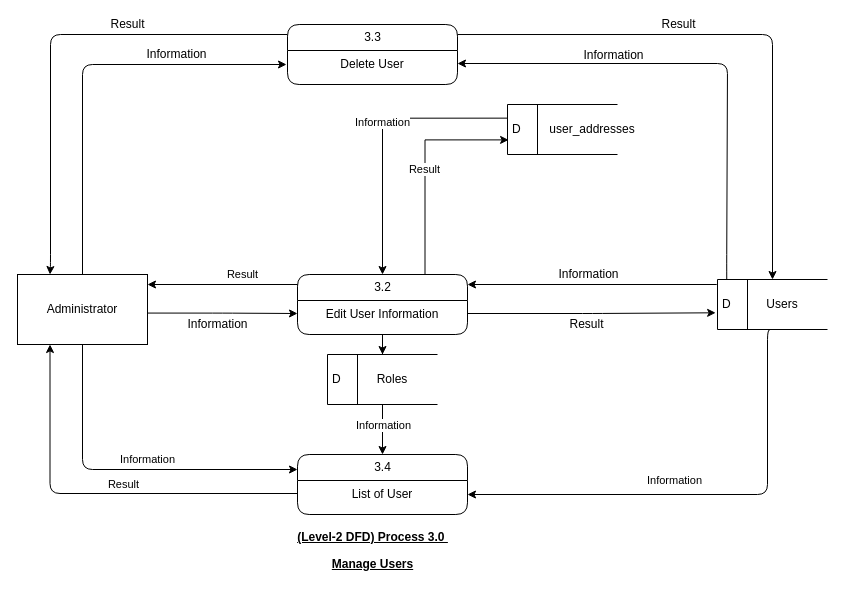
vanluong94/aptech-doccure keeps this draw.io diagram as page "3.0" (3 of 7) of resources/dfd/Admin/DFD-Admin.drawio. Above is the earlier version. Source tidied: cells renumbered, new cells numbered last; positions are measured from the earlier drawing's top-left corner, leaving out a move shared by most shapes. Both pictures are drawn from the tidied source at 100%, with x=0, y=0 at pixel (17, 24).
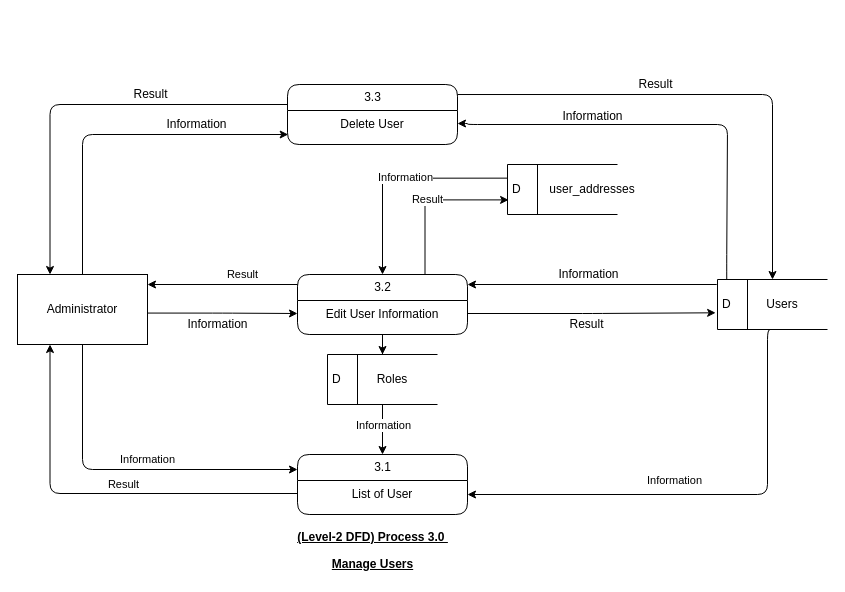
The same diagram, later.

The change refers to these unchanged cells:
```xml
<mxCell id="8" value="Administrator" style="rounded=0;whiteSpace=wrap;html=1;fontFamily=Helvetica;fontSize=12;" parent="1" vertex="1">
  <mxGeometry y="250" width="130" height="70" as="geometry" />
</mxCell>
<mxCell id="14" value="Delete User" style="text;html=1;strokeColor=none;fillColor=none;spacingLeft=4;spacingRight=4;whiteSpace=wrap;overflow=hidden;points=[[0,0.5],[1,0.5]];portConstraint=eastwest;align=center;fontFamily=Helvetica;fontSize=12;" parent="13" vertex="1">
  <mxGeometry y="26" width="170" height="26" as="geometry" />
</mxCell>
<mxCell id="18" value="D" style="html=1;dashed=0;whitespace=wrap;shape=mxgraph.dfd.dataStoreID;align=left;spacingLeft=3;points=[[0,0],[0.5,0],[1,0],[0,0.5],[1,0.5],[0,1],[0.5,1],[1,1]];fontFamily=Helvetica;fontSize=12;" parent="1" vertex="1">
  <mxGeometry x="700" y="255" width="110" height="50" as="geometry" />
</mxCell>
```

The edit, as a diff of the source:
```diff
@@
-    <mxCell id="4" value="3.4" style="swimlane;html=1;fontStyle=0;horizontal=1;startSize=26;swimlaneFillColor=#ffffff;align=center;rounded=1;shadow=0;comic=0;labelBackgroundColor=none;strokeWidth=1;fontFamily=Helvetica;fontSize=12;" parent="1" vertex="1">
+    <mxCell id="4" value="3.1" style="swimlane;html=1;fontStyle=0;horizontal=1;startSize=26;swimlaneFillColor=#ffffff;align=center;rounded=1;shadow=0;comic=0;labelBackgroundColor=none;strokeWidth=1;fontFamily=Helvetica;fontSize=12;" parent="1" vertex="1">
       <mxGeometry x="280" y="430" width="170" height="60" as="geometry" />
     </mxCell>
@@
-    <mxCell id="6" value="Information" style="edgeStyle=orthogonalEdgeStyle;curved=0;rounded=1;sketch=0;jettySize=auto;html=1;labelBackgroundColor=none;fontFamily=Helvetica;fontSize=12;" parent="1" edge="1" source="8">
+    <mxCell id="6" value="Information" style="edgeStyle=orthogonalEdgeStyle;curved=0;rounded=1;sketch=0;jettySize=auto;html=1;labelBackgroundColor=none;fontFamily=Helvetica;fontSize=12;entryX=0.004;entryY=0.923;entryDx=0;entryDy=0;entryPerimeter=0;" parent="1" edge="1" source="8" target="14">
       <mxGeometry x="0.47" y="10" relative="1" as="geometry">
-        <mxPoint x="269" y="40" as="targetPoint" />
         <Array as="points">
-          <mxPoint x="65" y="40" />
-          <mxPoint x="269" y="40" />
+          <mxPoint x="65" y="110" />
         </Array>
       </mxGeometry>
     </mxCell>
@@
     <mxCell id="12" value="Result" style="edgeStyle=orthogonalEdgeStyle;curved=0;rounded=1;sketch=0;jettySize=auto;html=1;entryX=0.25;entryY=0;entryDx=0;entryDy=0;labelBackgroundColor=none;fontFamily=Helvetica;fontSize=12;" parent="1" edge="1" source="13" target="8">
       <mxGeometry x="-0.33" y="-10" relative="1" as="geometry">
         <Array as="points">
-          <mxPoint x="33" y="10" />
-          <mxPoint x="33" y="240" />
+          <mxPoint x="32" y="80" />
         </Array>
       </mxGeometry>
     </mxCell>
     <mxCell id="13" value="3.3" style="swimlane;html=1;fontStyle=0;horizontal=1;startSize=26;swimlaneFillColor=#ffffff;align=center;rounded=1;shadow=0;comic=0;labelBackgroundColor=none;strokeWidth=1;fontFamily=Helvetica;fontSize=12;" parent="1" vertex="1">
-      <mxGeometry x="270" width="170" height="60" as="geometry" />
+      <mxGeometry x="270" y="60" width="170" height="60" as="geometry" />
     </mxCell>
@@
     <mxCell id="16" value="&#10;&#10;&lt;span style=&quot;font-size: 12px; font-style: normal; font-weight: 400; letter-spacing: normal; text-align: center; text-indent: 0px; text-transform: none; word-spacing: 0px; display: inline; float: none;&quot;&gt;Information&lt;/span&gt;&#10;&#10;" style="edgeStyle=orthogonalEdgeStyle;curved=0;rounded=1;sketch=0;jettySize=auto;html=1;labelBackgroundColor=none;fontFamily=Helvetica;fontSize=12;entryX=1;entryY=0.5;entryDx=0;entryDy=0;exitX=0.084;exitY=-0.005;exitDx=0;exitDy=0;exitPerimeter=0;" parent="1" edge="1" source="18" target="14">
       <mxGeometry x="0.36" y="-8" relative="1" as="geometry">
         <Array as="points">
           <mxPoint x="709" y="240" />
           <mxPoint x="710" y="240" />
-          <mxPoint x="710" y="39" />
+          <mxPoint x="710" y="100" />
+          <mxPoint x="450" y="100" />
         </Array>
       </mxGeometry>
     </mxCell>
@@
     <mxCell id="21" value="Result" style="edgeStyle=orthogonalEdgeStyle;curved=0;rounded=1;sketch=0;jettySize=auto;html=1;labelBackgroundColor=none;fontFamily=Helvetica;fontSize=12;exitX=1;exitY=0.167;exitDx=0;exitDy=0;exitPerimeter=0;entryX=0.5;entryY=0;entryDx=0;entryDy=0;" parent="1" edge="1" source="13" target="18">
       <mxGeometry x="-0.21" y="10" relative="1" as="geometry">
         <Array as="points">
-          <mxPoint x="755" y="10" />
+          <mxPoint x="755" y="70" />
         </Array>
       </mxGeometry>
     </mxCell>
@@
     <mxCell id="32" value="D" style="html=1;dashed=0;whitespace=wrap;shape=mxgraph.dfd.dataStoreID;align=left;spacingLeft=3;points=[[0,0],[0.5,0],[1,0],[0,0.5],[1,0.5],[0,1],[0.5,1],[1,1]];fontFamily=Helvetica;fontSize=12;" parent="1" vertex="1">
-      <mxGeometry x="490" y="80" width="110" height="50" as="geometry" />
+      <mxGeometry x="490" y="140" width="110" height="50" as="geometry" />
     </mxCell>
     <mxCell id="33" value="user_addresses" style="text;html=1;strokeColor=none;fillColor=none;align=center;verticalAlign=middle;whiteSpace=wrap;rounded=0;fontFamily=Helvetica;fontSize=12;" parent="1" vertex="1">
-      <mxGeometry x="550" y="95" width="50" height="20" as="geometry" />
+      <mxGeometry x="550" y="155" width="50" height="20" as="geometry" />
     </mxCell>
```
